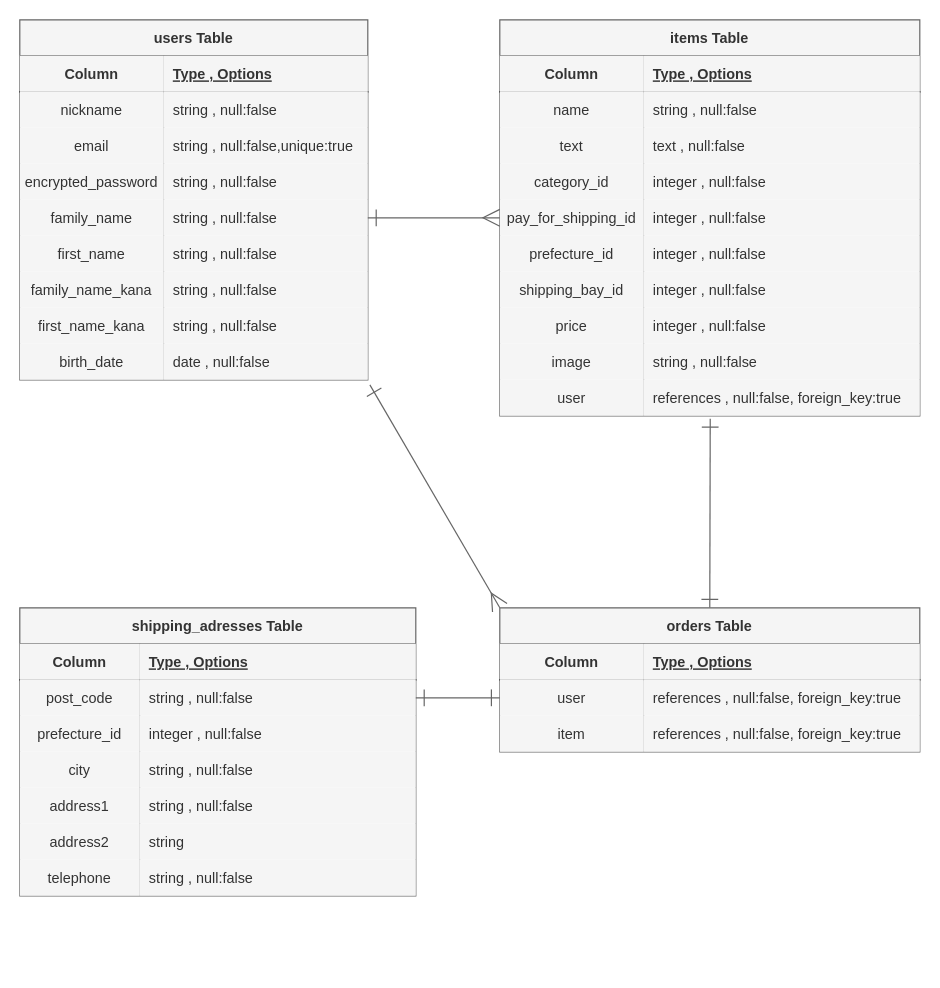
This is er.dio from syoaka/furima-38610, a draw.io file, before an edit. Source tidied: cells renumbered, new cells numbered last; positions are measured from the earlier drawing's top-left corner, leaving out a move shared by most shapes. Both pictures are drawn from the tidied source at 120%, with x=0, y=0 at pixel (19, 19).
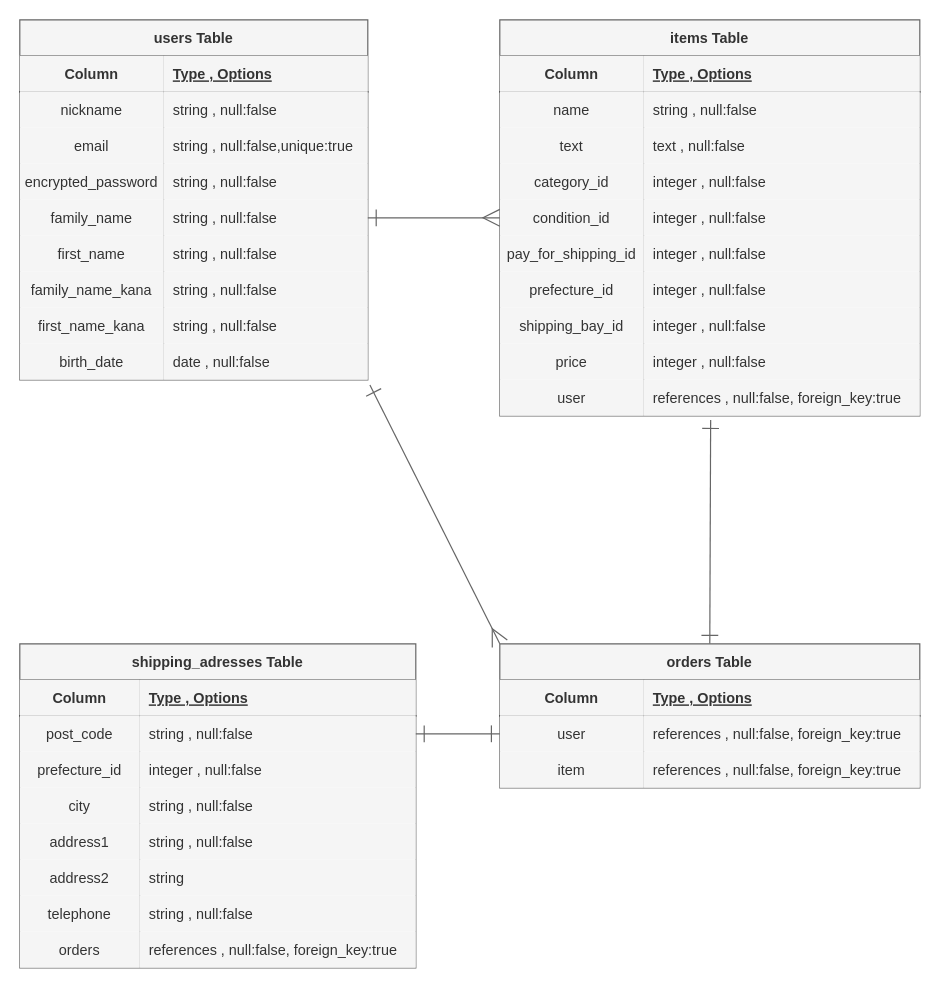
Above is the later version.

The change refers to these unchanged cells:
```xml
<mxCell id="43" style="shape=partialRectangle;fillColor=none;top=0;left=0;bottom=0;right=0;points=[[0,0.5],[1,0.5]];portConstraint=eastwest;" parent="30" vertex="1">
  <mxGeometry y="150" width="350" height="30" as="geometry" />
</mxCell>
<mxCell id="46" style="shape=partialRectangle;fillColor=none;top=0;left=0;bottom=0;right=0;" parent="30" vertex="1">
  <mxGeometry y="180" width="350" height="30" as="geometry" />
</mxCell>
<mxCell id="49" style="shape=partialRectangle;fillColor=none;top=0;left=0;bottom=0;right=0;" parent="30" vertex="1">
  <mxGeometry y="210" width="350" height="30" as="geometry" />
</mxCell>
<mxCell id="52" style="shape=partialRectangle;fillColor=none;top=0;left=0;bottom=0;right=0;" parent="30" vertex="1">
  <mxGeometry y="240" width="350" height="30" as="geometry" />
</mxCell>
<mxCell id="55" style="shape=partialRectangle;fillColor=none;top=0;left=0;bottom=0;right=0;" parent="30" vertex="1">
  <mxGeometry y="270" width="350" height="30" as="geometry" />
</mxCell>
<mxCell id="58" style="shape=partialRectangle;fillColor=none;top=0;left=0;bottom=0;right=0;points=[[0,0.5],[1,0.5]];portConstraint=eastwest;" parent="30" vertex="1">
  <mxGeometry y="300" width="350" height="30" as="geometry" />
</mxCell>
```

Diff of the diagram source:
```diff
@@
-    <mxCell id="44" value="pay_for_shipping_id" style="shape=partialRectangle;fillColor=#f5f5f5;top=0;left=0;bottom=0;right=0;overflow=hidden;fontColor=#333333;strokeColor=#666666;" parent="43" vertex="1">
+    <mxCell id="44" value="condition_id" style="shape=partialRectangle;fillColor=#f5f5f5;top=0;left=0;bottom=0;right=0;overflow=hidden;fontColor=#333333;strokeColor=#666666;" parent="43" vertex="1">
       <mxGeometry width="120" height="30" as="geometry" />
     </mxCell>
@@
-    <mxCell id="47" value="prefecture_id" style="shape=partialRectangle;fillColor=#f5f5f5;top=0;left=0;bottom=0;right=0;overflow=hidden;fontColor=#333333;strokeColor=#666666;" parent="46" vertex="1">
+    <mxCell id="47" value="pay_for_shipping_id" style="shape=partialRectangle;fillColor=#f5f5f5;top=0;left=0;bottom=0;right=0;overflow=hidden;fontColor=#333333;strokeColor=#666666;" parent="46" vertex="1">
       <mxGeometry width="120" height="30" as="geometry" />
     </mxCell>
@@
-    <mxCell id="50" value="shipping_bay_id" style="shape=partialRectangle;fillColor=#f5f5f5;top=0;left=0;bottom=0;right=0;overflow=hidden;fontColor=#333333;strokeColor=#666666;" parent="49" vertex="1">
+    <mxCell id="50" value="prefecture_id" style="shape=partialRectangle;fillColor=#f5f5f5;top=0;left=0;bottom=0;right=0;overflow=hidden;fontColor=#333333;strokeColor=#666666;" parent="49" vertex="1">
       <mxGeometry width="120" height="30" as="geometry" />
     </mxCell>
@@
-    <mxCell id="53" value="price" style="shape=partialRectangle;fillColor=#f5f5f5;top=0;left=0;bottom=0;right=0;overflow=hidden;fontColor=#333333;strokeColor=#666666;" parent="52" vertex="1">
+    <mxCell id="53" value="shipping_bay_id" style="shape=partialRectangle;fillColor=#f5f5f5;top=0;left=0;bottom=0;right=0;overflow=hidden;fontColor=#333333;strokeColor=#666666;" parent="52" vertex="1">
       <mxGeometry width="120" height="30" as="geometry" />
     </mxCell>
@@
-    <mxCell id="56" value="image" style="shape=partialRectangle;fillColor=#f5f5f5;top=0;left=0;bottom=0;right=0;overflow=hidden;fontColor=#333333;strokeColor=#666666;" parent="55" vertex="1">
+    <mxCell id="56" value="price" style="shape=partialRectangle;fillColor=#f5f5f5;top=0;left=0;bottom=0;right=0;overflow=hidden;fontColor=#333333;strokeColor=#666666;" parent="55" vertex="1">
       <mxGeometry width="120" height="30" as="geometry" />
     </mxCell>
-    <mxCell id="57" value="string , null:false" style="shape=partialRectangle;fillColor=#f5f5f5;top=0;left=0;bottom=0;right=0;align=left;spacingLeft=6;overflow=hidden;fontColor=#333333;strokeColor=#666666;" parent="55" vertex="1">
+    <mxCell id="57" value="integer , null:false" style="shape=partialRectangle;fillColor=#f5f5f5;top=0;left=0;bottom=0;right=0;align=left;spacingLeft=6;overflow=hidden;fontColor=#333333;strokeColor=#666666;" parent="55" vertex="1">
       <mxGeometry x="120" width="230" height="30" as="geometry" />
     </mxCell>
@@
-    <mxCell id="62" style="edgeStyle=none;html=1;exitX=0.5;exitY=0;exitDx=0;exitDy=0;entryX=0.501;entryY=1.082;entryDx=0;entryDy=0;entryPerimeter=0;startArrow=ERone;startFill=0;endArrow=ERone;endFill=0;endSize=12;startSize=12;fillColor=#f5f5f5;strokeColor=#666666;" parent="1" edge="1" source="63" target="58">
+    <mxCell id="62" style="edgeStyle=none;html=1;exitX=0.5;exitY=0;exitDx=0;exitDy=0;startArrow=ERone;startFill=0;endArrow=ERone;endFill=0;endSize=12;startSize=12;fillColor=#f5f5f5;strokeColor=#666666;entryX=0.502;entryY=1.118;entryDx=0;entryDy=0;entryPerimeter=0;" parent="1" edge="1" source="63" target="58">
       <mxGeometry relative="1" as="geometry" />
     </mxCell>
     <mxCell id="63" value="orders Table" style="shape=table;startSize=30;childLayout=tableLayout;rowLines=0;fontStyle=1;align=center;fillColor=#f5f5f5;fontColor=#333333;strokeColor=#666666;" parent="1" vertex="1">
-      <mxGeometry x="400" y="490" width="350" height="120" as="geometry" />
+      <mxGeometry x="400" y="520" width="350" height="120" as="geometry" />
     </mxCell>
@@
     <mxCell id="73" value="shipping_adresses Table" style="shape=table;startSize=30;childLayout=tableLayout;rowLines=0;fontStyle=1;align=center;fillColor=#f5f5f5;fontColor=#333333;strokeColor=#666666;" parent="1" vertex="1">
-      <mxGeometry y="490" width="330" height="240" as="geometry" />
+      <mxGeometry y="520" width="330" height="270" as="geometry" />
     </mxCell>
@@
+    <mxCell id="97" style="shape=partialRectangle;fillColor=none;top=0;left=0;bottom=0;right=0;" parent="73" vertex="1">
+      <mxGeometry y="240" width="330" height="30" as="geometry" />
+    </mxCell>
+    <mxCell id="98" value="orders" style="shape=partialRectangle;fillColor=#f5f5f5;top=0;left=0;bottom=0;right=0;overflow=hidden;fontColor=#333333;strokeColor=#666666;" parent="97" vertex="1">
+      <mxGeometry width="100" height="30" as="geometry" />
+    </mxCell>
+    <mxCell id="99" value="references , null:false, foreign_key:true" style="shape=partialRectangle;fillColor=#f5f5f5;top=0;left=0;bottom=0;right=0;align=left;spacingLeft=6;overflow=hidden;fontColor=#333333;strokeColor=#666666;" parent="97" vertex="1">
+      <mxGeometry x="100" width="230" height="30" as="geometry" />
+    </mxCell>
```
